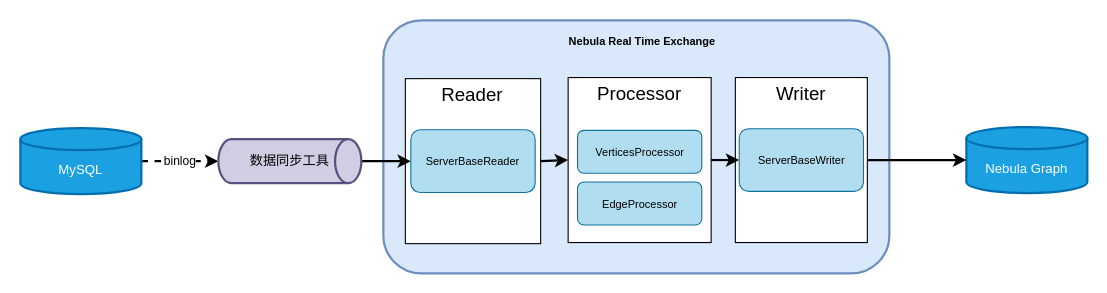
Above: Untitled Diagram.drawio in ToJ112/pic-md (draw.io), before the change. Source tidied: cells renumbered, new cells numbered last; positions are measured from the earlier drawing's top-left corner, leaving out a move shared by most shapes. Both pictures are drawn from the tidied source at 110%, with x=0, y=0 at pixel (20, 20).
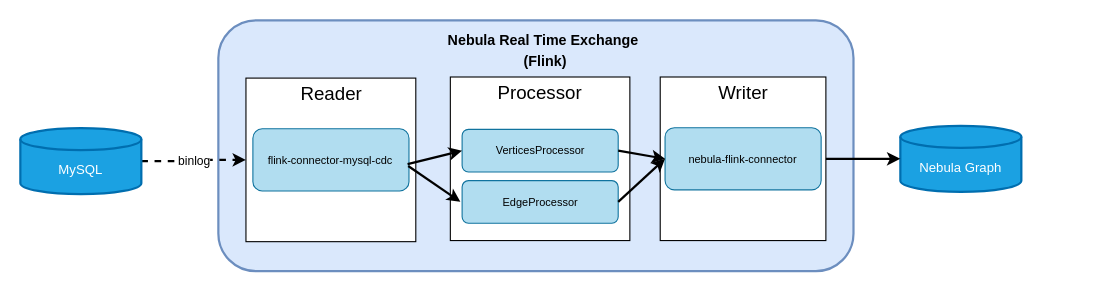
After the change.

The change refers to these unchanged cells:
```xml
<mxCell id="24" value="&lt;br&gt;MySQL" style="strokeWidth=2;html=1;shape=mxgraph.flowchart.database;whiteSpace=wrap;fillColor=#1ba1e2;fontColor=#ffffff;strokeColor=#006EAF;" parent="1" vertex="1">
  <mxGeometry y="98" width="110" height="60" as="geometry" />
</mxCell>
```

Diff of the diagram source:
```diff
@@
     <mxCell id="2" style="group;" parent="1" vertex="1">
-      <mxGeometry x="330" width="470" height="230" as="geometry" />
+      <mxGeometry x="180" width="590" height="228" as="geometry" />
     </mxCell>
     <mxCell id="3" style="rounded=1;whiteSpace=wrap;html=1;fillColor=#dae8fc;strokeWidth=2;strokeColor=#6c8ebf;" parent="2" vertex="1">
-      <mxGeometry width="460" height="230" as="geometry" />
+      <mxGeometry width="577.4" height="228" as="geometry" />
     </mxCell>
-    <mxCell id="4" value="&lt;font style=&quot;font-size: 10px;&quot;&gt;Nebula Real Time Exchange&lt;/font&gt;" style="text;strokeColor=none;fillColor=none;html=1;fontSize=24;fontStyle=1;verticalAlign=middle;align=center;rounded=1;" parent="2" vertex="1">
-      <mxGeometry x="125" width="220" height="30" as="geometry" />
+    <mxCell id="4" value="&lt;font style=&quot;font-size: 13px; line-height: 0.7;&quot;&gt;Nebula Real Time Exchange&lt;br&gt;&lt;/font&gt;" style="text;strokeColor=none;fillColor=none;html=1;fontSize=24;fontStyle=1;verticalAlign=middle;align=center;rounded=1;" parent="2" vertex="1">
+      <mxGeometry x="156.9" width="276.2" height="29.7" as="geometry" />
     </mxCell>
     <mxCell id="5" style="group;" parent="2" vertex="1">
-      <mxGeometry x="320" y="52" width="120" height="150" as="geometry" />
+      <mxGeometry x="401.7" y="51.5" width="150.6" height="148.7" as="geometry" />
     </mxCell>
     <mxCell id="6" style="group;" parent="5" vertex="1">
-      <mxGeometry width="120" height="150" as="geometry" />
+      <mxGeometry width="150.6" height="148.7" as="geometry" />
     </mxCell>
     <mxCell id="7" style="rounded=0;whiteSpace=wrap;html=1;fontSize=10;fillColor=#FFFFFF;" parent="6" vertex="1">
-      <mxGeometry width="120" height="150" as="geometry" />
+      <mxGeometry width="150.6" height="148.7" as="geometry" />
     </mxCell>
     <mxCell id="8" value="&lt;font style=&quot;font-size: 17px;&quot;&gt;Writer&lt;/font&gt;" style="rounded=0;whiteSpace=wrap;html=1;fontSize=10;fillColor=#FFFFFF;strokeWidth=0;strokeColor=none;" parent="6" vertex="1">
-      <mxGeometry x="12" y="1" width="96" height="30" as="geometry" />
+      <mxGeometry x="15.1" y="1" width="120.5" height="29.7" as="geometry" />
     </mxCell>
-    <mxCell id="9" value="&lt;font style=&quot;font-size: 10px;&quot;&gt;ServerBaseWriter&lt;/font&gt;" style="rounded=1;whiteSpace=wrap;html=1;fontSize=10;strokeWidth=1;fillColor=#b1ddf0;strokeColor=#10739e;" parent="6" vertex="1">
-      <mxGeometry x="3.5" y="46.5" width="113" height="57" as="geometry" />
+    <mxCell id="9" value="&lt;div&gt;&lt;span style=&quot;background-color: initial;&quot;&gt;nebula-flink-connector&lt;/span&gt;&lt;br&gt;&lt;/div&gt;" style="rounded=1;whiteSpace=wrap;html=1;fontSize=10;strokeWidth=1;fillColor=#b1ddf0;strokeColor=#10739e;" parent="6" vertex="1">
+      <mxGeometry x="4.4" y="46.1" width="141.9" height="56.5" as="geometry" />
     </mxCell>
     <mxCell id="10" style="group;" parent="2" vertex="1">
-      <mxGeometry x="168" y="52" width="130" height="150" as="geometry" />
+      <mxGeometry x="210.9" y="51.5" width="163.2" height="148.7" as="geometry" />
     </mxCell>
     <mxCell id="11" style="group;" parent="10" vertex="1">
-      <mxGeometry width="130" height="150" as="geometry" />
+      <mxGeometry width="163.2" height="148.7" as="geometry" />
     </mxCell>
     <mxCell id="12" style="rounded=0;whiteSpace=wrap;html=1;fontSize=10;fillColor=#FFFFFF;" parent="11" vertex="1">
-      <mxGeometry width="130" height="150" as="geometry" />
+      <mxGeometry width="163.2" height="148.7" as="geometry" />
     </mxCell>
     <mxCell id="13" value="&lt;font style=&quot;font-size: 17px;&quot;&gt;Processor&lt;/font&gt;" style="rounded=0;whiteSpace=wrap;html=1;fontSize=10;fillColor=#FFFFFF;strokeWidth=0;strokeColor=none;" parent="11" vertex="1">
-      <mxGeometry x="13" y="1" width="104" height="30" as="geometry" />
+      <mxGeometry x="16.3" y="1" width="130.6" height="29.7" as="geometry" />
     </mxCell>
     <mxCell id="14" value="&lt;font style=&quot;font-size: 10px;&quot;&gt;VerticesProcessor&lt;/font&gt;" style="rounded=1;whiteSpace=wrap;html=1;fontSize=10;strokeWidth=1;fillColor=#b1ddf0;strokeColor=#10739e;" parent="11" vertex="1">
-      <mxGeometry x="8.5" y="48" width="113" height="39" as="geometry" />
+      <mxGeometry x="10.7" y="47.6" width="141.9" height="38.7" as="geometry" />
     </mxCell>
     <mxCell id="15" value="&lt;font style=&quot;font-size: 10px;&quot;&gt;EdgeProcessor&lt;/font&gt;" style="rounded=1;whiteSpace=wrap;html=1;fontSize=10;strokeWidth=1;fillColor=#b1ddf0;strokeColor=#10739e;" parent="11" vertex="1">
-      <mxGeometry x="8.5" y="95" width="113" height="39" as="geometry" />
+      <mxGeometry x="10.7" y="94.2" width="141.9" height="38.7" as="geometry" />
     </mxCell>
     <mxCell id="16" style="group;" parent="2" vertex="1">
-      <mxGeometry x="20" y="53" width="123" height="150" as="geometry" />
+      <mxGeometry x="25.1" y="52.5" width="154.4" height="148.7" as="geometry" />
     </mxCell>
     <mxCell id="17" style="group;" parent="16" vertex="1">
-      <mxGeometry width="123" height="150" as="geometry" />
+      <mxGeometry width="154.4" height="148.7" as="geometry" />
     </mxCell>
     <mxCell id="18" style="rounded=0;whiteSpace=wrap;html=1;fontSize=10;fillColor=#FFFFFF;" parent="17" vertex="1">
-      <mxGeometry width="123" height="150" as="geometry" />
+      <mxGeometry width="154.4" height="148.7" as="geometry" />
     </mxCell>
     <mxCell id="19" value="&lt;font style=&quot;font-size: 17px;&quot;&gt;Reader&lt;/font&gt;" style="rounded=0;whiteSpace=wrap;html=1;fontSize=10;fillColor=#FFFFFF;strokeWidth=0;strokeColor=none;" parent="17" vertex="1">
-      <mxGeometry x="12.3" y="1" width="98.4" height="30" as="geometry" />
+      <mxGeometry x="15.4" y="1" width="123.5" height="29.7" as="geometry" />
     </mxCell>
-    <mxCell id="20" value="&lt;font style=&quot;font-size: 10px;&quot;&gt;ServerBaseReader&lt;/font&gt;" style="rounded=1;whiteSpace=wrap;html=1;fontSize=10;strokeWidth=1;fillColor=#b1ddf0;strokeColor=#10739e;" parent="17" vertex="1">
-      <mxGeometry x="5" y="46.5" width="113" height="57" as="geometry" />
+    <mxCell id="20" value="&lt;font style=&quot;font-size: 10px;&quot;&gt;flink-connector-mysql-cdc&lt;/font&gt;" style="rounded=1;whiteSpace=wrap;html=1;fontSize=10;strokeWidth=1;fillColor=#b1ddf0;strokeColor=#10739e;" parent="17" vertex="1">
+      <mxGeometry x="6.3" y="46.1" width="141.9" height="56.5" as="geometry" />
     </mxCell>
-    <mxCell id="21" style="endArrow=classic;html=1;rounded=0;fontSize=17;strokeWidth=2;entryX=0;entryY=0.5;entryDx=0;entryDy=0;exitX=1;exitY=0.5;exitDx=0;exitDy=0;" parent="2" edge="1" source="18" target="12">
+    <mxCell id="21" style="endArrow=classic;html=1;rounded=0;fontSize=17;strokeWidth=2;entryX=0;entryY=0.5;entryDx=0;entryDy=0;exitX=0.991;exitY=0.568;exitDx=0;exitDy=0;exitPerimeter=0;" parent="2" edge="1" source="20" target="14">
       <mxGeometry relative="1" as="geometry" />
     </mxCell>
-    <mxCell id="22" style="edgeStyle=none;rounded=0;jettySize=auto;html=1;fontSize=17;strokeWidth=2;" parent="2" edge="1" source="12" target="9">
-      <mxGeometry relative="1" as="geometry" />
-    </mxCell>
+    <mxCell id="29" value="&lt;span style=&quot;color: rgb(0, 0, 0); font-family: Helvetica; font-size: 13px; font-style: normal; font-variant-ligatures: normal; font-variant-caps: normal; font-weight: 700; letter-spacing: normal; orphans: 2; text-align: center; text-indent: 0px; text-transform: none; widows: 2; word-spacing: 0px; -webkit-text-stroke-width: 0px; text-decoration-thickness: initial; text-decoration-style: initial; text-decoration-color: initial; float: none; display: inline !important;&quot;&gt;(Flink)&lt;/span&gt;" style="text;whiteSpace=wrap;html=1;fontSize=12;" parent="2" vertex="1">
+      <mxGeometry x="276" y="22.8" width="57.1" height="29.7" as="geometry" />
+    </mxCell>
+    <mxCell id="30" style="endArrow=classic;html=1;rounded=0;fontSize=17;strokeWidth=2;entryX=0;entryY=0.5;entryDx=0;entryDy=0;exitX=1;exitY=0.5;exitDx=0;exitDy=0;" parent="2" edge="1" source="15" target="9">
+      <mxGeometry relative="1" as="geometry" />
+    </mxCell>
+    <mxCell id="31" style="endArrow=classic;html=1;rounded=0;fontSize=17;strokeWidth=2;entryX=0;entryY=0.5;entryDx=0;entryDy=0;exitX=1;exitY=0.5;exitDx=0;exitDy=0;" parent="2" edge="1" source="14" target="9">
+      <mxGeometry relative="1" as="geometry" />
+    </mxCell>
-    <mxCell id="23" value="binlog" style="edgeStyle=orthogonalEdgeStyle;rounded=0;jettySize=auto;html=1;exitX=1;exitY=0.5;exitDx=0;exitDy=0;exitPerimeter=0;dashed=1;strokeWidth=2;" parent="1" edge="1" source="24" target="26">
+    <mxCell id="23" value="binlog" style="edgeStyle=orthogonalEdgeStyle;rounded=0;jettySize=auto;html=1;exitX=1;exitY=0.5;exitDx=0;exitDy=0;exitPerimeter=0;dashed=1;strokeWidth=2;entryX=0;entryY=0.5;entryDx=0;entryDy=0;" parent="1" edge="1" source="24" target="18">
       <mxGeometry relative="1" as="geometry" />
     </mxCell>
@@
-    <mxCell id="25" style="rounded=0;jettySize=auto;html=1;exitX=1;exitY=0.5;exitDx=0;exitDy=0;exitPerimeter=0;fontSize=17;strokeWidth=2;" parent="1" edge="1" source="26" target="20">
-      <mxGeometry relative="1" as="geometry" />
-    </mxCell>
-    <mxCell id="26" value="数据同步工具" style="strokeWidth=2;html=1;shape=mxgraph.flowchart.direct_data;whiteSpace=wrap;fillColor=#d0cee2;strokeColor=#56517e;" parent="1" vertex="1">
-      <mxGeometry x="180" y="108" width="130" height="40" as="geometry" />
-    </mxCell>
     <mxCell id="27" value="&lt;br&gt;Nebula Graph" style="strokeWidth=2;html=1;shape=mxgraph.flowchart.database;whiteSpace=wrap;fillColor=#1ba1e2;fontColor=#ffffff;strokeColor=#006EAF;" parent="1" vertex="1">
-      <mxGeometry x="860" y="97" width="110" height="60" as="geometry" />
+      <mxGeometry x="800" y="95.9" width="110" height="60" as="geometry" />
     </mxCell>
-    <mxCell id="28" style="edgeStyle=none;rounded=0;jettySize=auto;html=1;fontSize=17;strokeWidth=2;" parent="1" edge="1" source="7" target="27">
+    <mxCell id="28" style="edgeStyle=none;rounded=0;jettySize=auto;html=1;fontSize=17;strokeWidth=2;entryX=0;entryY=0.5;entryDx=0;entryDy=0;entryPerimeter=0;" parent="1" edge="1" source="7" target="27">
       <mxGeometry relative="1" as="geometry" />
     </mxCell>
+    <mxCell id="32" style="endArrow=classic;html=1;rounded=0;fontSize=17;strokeWidth=2;exitX=0.995;exitY=0.598;exitDx=0;exitDy=0;exitPerimeter=0;" parent="1" edge="1" source="20">
+      <mxGeometry relative="1" as="geometry">
+        <mxPoint x="400" y="165" as="targetPoint" />
+      </mxGeometry>
+    </mxCell>
```
